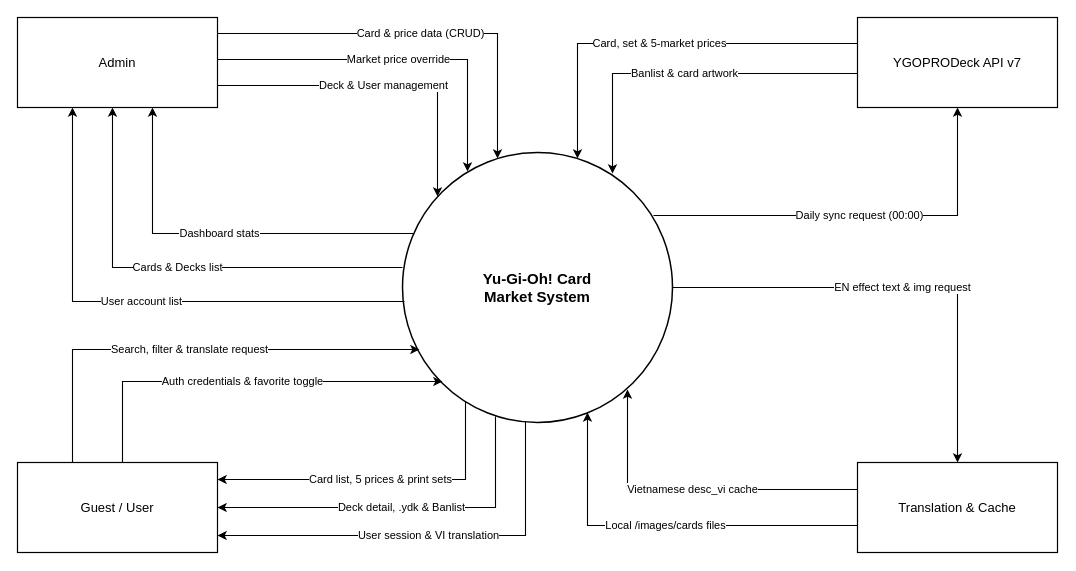
This is Tai lieu/Draw.io/SRS_1_1_Context_Diagram.drawio from minhthanh1806/PROJECT_SDN, a draw.io file, before an edit. Source tidied: cells renumbered, new cells numbered last; positions are measured from the earlier drawing's top-left corner, leaving out a move shared by most shapes. Both pictures are drawn from the tidied source at 100%, with x=0, y=0 at pixel (17, 17).
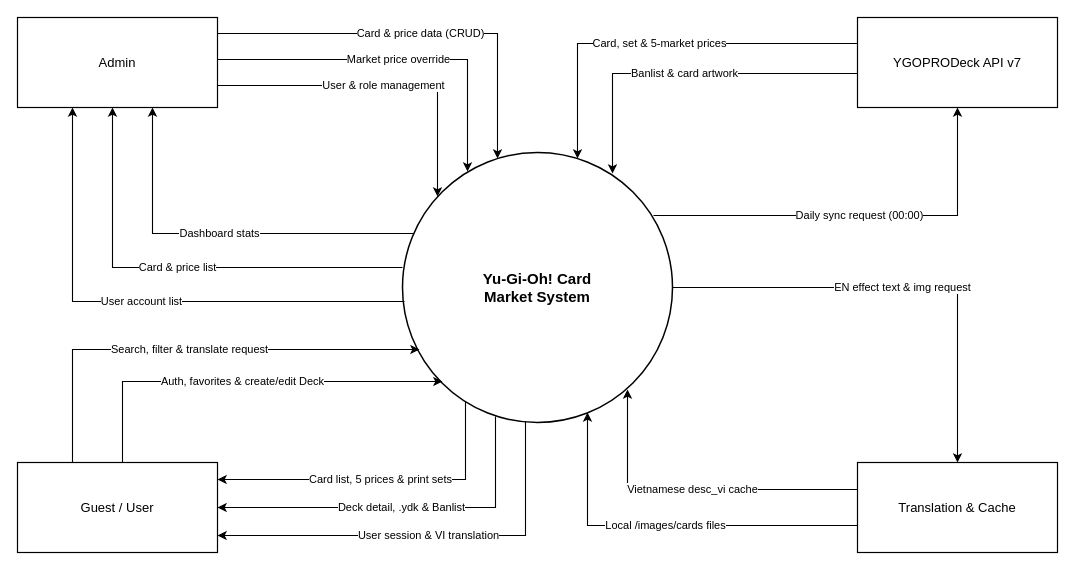
After the change.

Change to the diagram source:
```diff
@@
-    <mxCell id="9" value="Deck &amp; User management" style="edgeStyle=orthogonalEdgeStyle;rounded=0;html=1;endArrow=classic;endFill=1;strokeColor=#000000;fontColor=#000000;fontSize=11;labelBackgroundColor=#ffffff;strokeWidth=1.1;" parent="1" edge="1">
+    <mxCell id="9" value="User &amp; role management" style="edgeStyle=orthogonalEdgeStyle;rounded=0;html=1;endArrow=classic;endFill=1;strokeColor=#000000;fontColor=#000000;fontSize=11;labelBackgroundColor=#ffffff;strokeWidth=1.1;" parent="1" edge="1">
       <mxGeometry relative="1" as="geometry">
         <mxPoint x="200" y="68" as="sourcePoint" />
         <mxPoint x="420" y="179" as="targetPoint" />
         <Array as="points">
           <mxPoint x="420" y="68" />
         </Array>
       </mxGeometry>
     </mxCell>
@@
-    <mxCell id="11" value="Cards &amp; Decks list" style="edgeStyle=orthogonalEdgeStyle;rounded=0;html=1;endArrow=classic;endFill=1;strokeColor=#000000;fontColor=#000000;fontSize=11;labelBackgroundColor=#ffffff;strokeWidth=1.1;" parent="1" edge="1">
+    <mxCell id="11" value="Card &amp; price list" style="edgeStyle=orthogonalEdgeStyle;rounded=0;html=1;endArrow=classic;endFill=1;strokeColor=#000000;fontColor=#000000;fontSize=11;labelBackgroundColor=#ffffff;strokeWidth=1.1;" parent="1" edge="1">
       <mxGeometry relative="1" as="geometry">
         <mxPoint x="385" y="250" as="sourcePoint" />
         <mxPoint x="95" y="90" as="targetPoint" />
         <Array as="points">
           <mxPoint x="95" y="250" />
         </Array>
       </mxGeometry>
     </mxCell>
@@
-    <mxCell id="17" value="Auth credentials &amp; favorite toggle" style="edgeStyle=orthogonalEdgeStyle;rounded=0;html=1;endArrow=classic;endFill=1;strokeColor=#000000;fontColor=#000000;fontSize=11;labelBackgroundColor=#ffffff;strokeWidth=1.1;" parent="1" edge="1">
+    <mxCell id="17" value="Auth, favorites &amp; create/edit Deck" style="edgeStyle=orthogonalEdgeStyle;rounded=0;html=1;endArrow=classic;endFill=1;strokeColor=#000000;fontColor=#000000;fontSize=11;labelBackgroundColor=#ffffff;strokeWidth=1.1;" parent="1" edge="1">
       <mxGeometry relative="1" as="geometry">
         <mxPoint x="105" y="445" as="sourcePoint" />
         <mxPoint x="425" y="364" as="targetPoint" />
         <Array as="points">
           <mxPoint x="105" y="364" />
         </Array>
       </mxGeometry>
     </mxCell>
```
